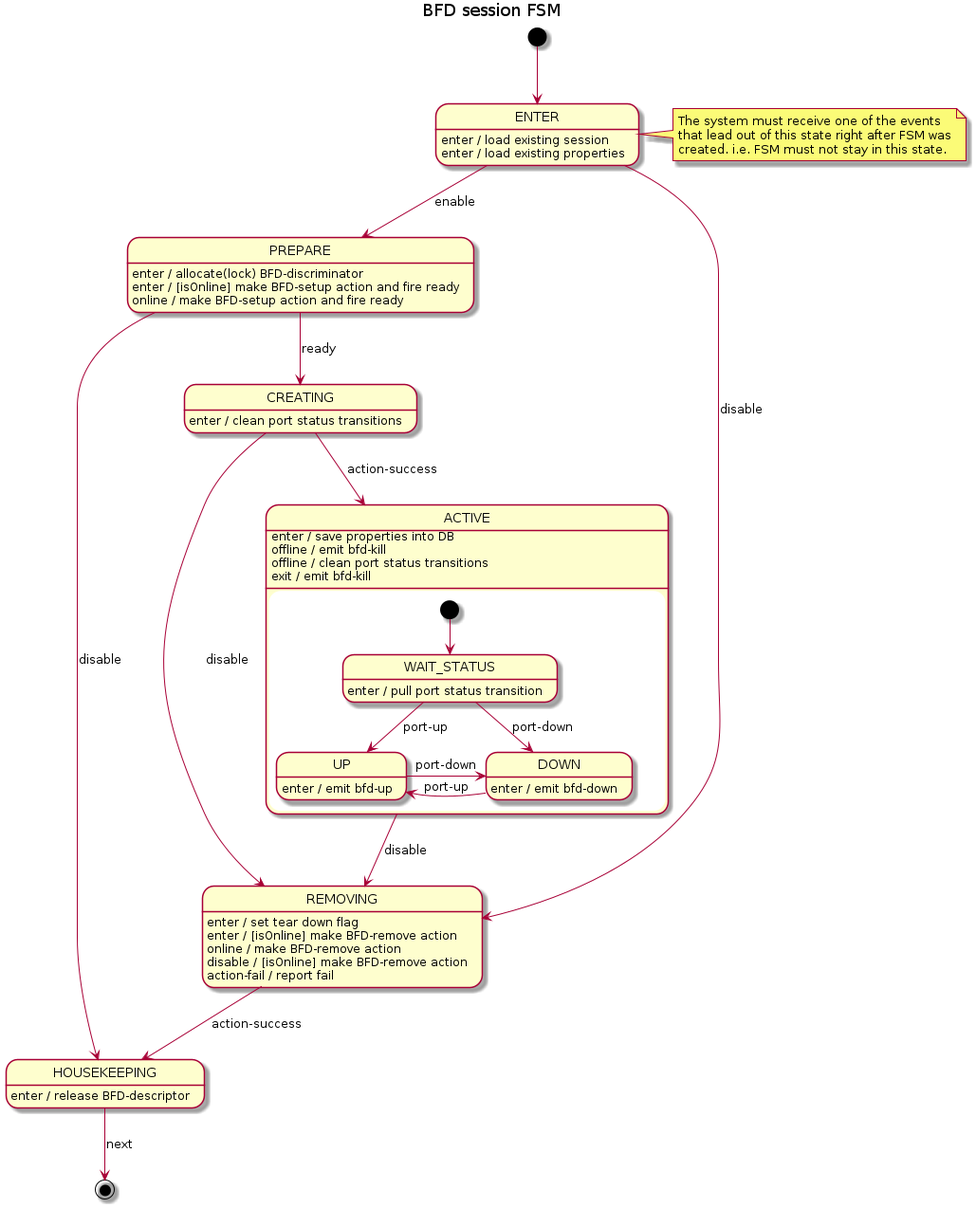
surabujin/open-kilda keeps this PlantUML diagram as docs/design/network-discovery/bfd-session-FSM.png. Above is the earlier version.
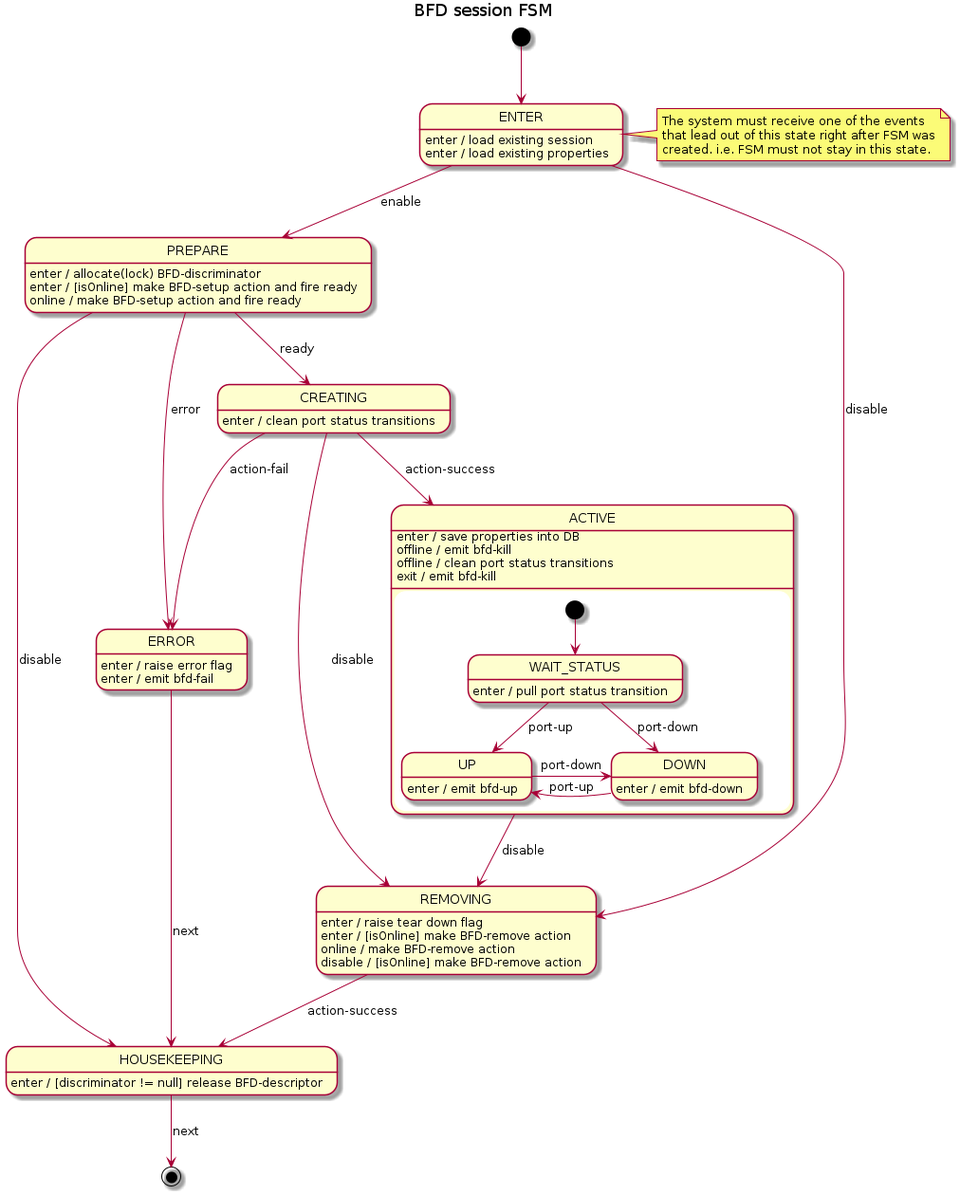
The same diagram one commit later.

The edit, as a diff of the source:
```diff
@@ -8,27 +8,30 @@
     created. i.e. FSM must not stay in this state.
 end note
 
+ENTER : enter / load existing session
+ENTER : enter / load existing properties
 ENTER --> PREPARE : enable
 ENTER --> REMOVING : disable
-ENTER : enter / load existing session
-ENTER : enter / load existing properties
 
 PREPARE : enter / allocate(lock) BFD-discriminator
 PREPARE : enter / [isOnline] make BFD-setup action and fire ready
 PREPARE --> CREATING : ready
 PREPARE --> HOUSEKEEPING : disable
+PREPARE --> ERROR : error
 PREPARE : online / make BFD-setup action and fire ready
 
 CREATING : enter / clean port status transitions
 CREATING --> ACTIVE : action-success
+CREATING --> ERROR : action-fail
 CREATING --> REMOVING : disable
 
+ACTIVE : enter / save properties into DB
 state ACTIVE {
     [*] --> WAIT_STATUS
 
+    WAIT_STATUS : enter / pull port status transition
     WAIT_STATUS --> UP : port-up
     WAIT_STATUS --> DOWN : port-down
-    WAIT_STATUS : enter / pull port status transition
 
     UP -r-> DOWN : port-down
     UP : enter / emit bfd-up
@@ -36,20 +39,22 @@
     DOWN -l-> UP : port-up
     DOWN : enter / emit bfd-down
 }
-ACTIVE : enter / save properties into DB
 ACTIVE --> REMOVING : disable
 ACTIVE : offline / emit bfd-kill
 ACTIVE : offline / clean port status transitions
 ACTIVE : exit / emit bfd-kill
 
-REMOVING : enter / set tear down flag
+REMOVING : enter / raise tear down flag
 REMOVING : enter / [isOnline] make BFD-remove action
 REMOVING --> HOUSEKEEPING : action-success
 REMOVING : online / make BFD-remove action
 REMOVING : disable / [isOnline] make BFD-remove action
-REMOVING : action-fail / report fail
 
-HOUSEKEEPING : enter / release BFD-descriptor
+ERROR : enter / raise error flag
+ERROR : enter / emit bfd-fail
+ERROR --> HOUSEKEEPING : next
+
+HOUSEKEEPING : enter / [discriminator != null] release BFD-descriptor
 HOUSEKEEPING --> [*] : next
 
 @enduml
```
